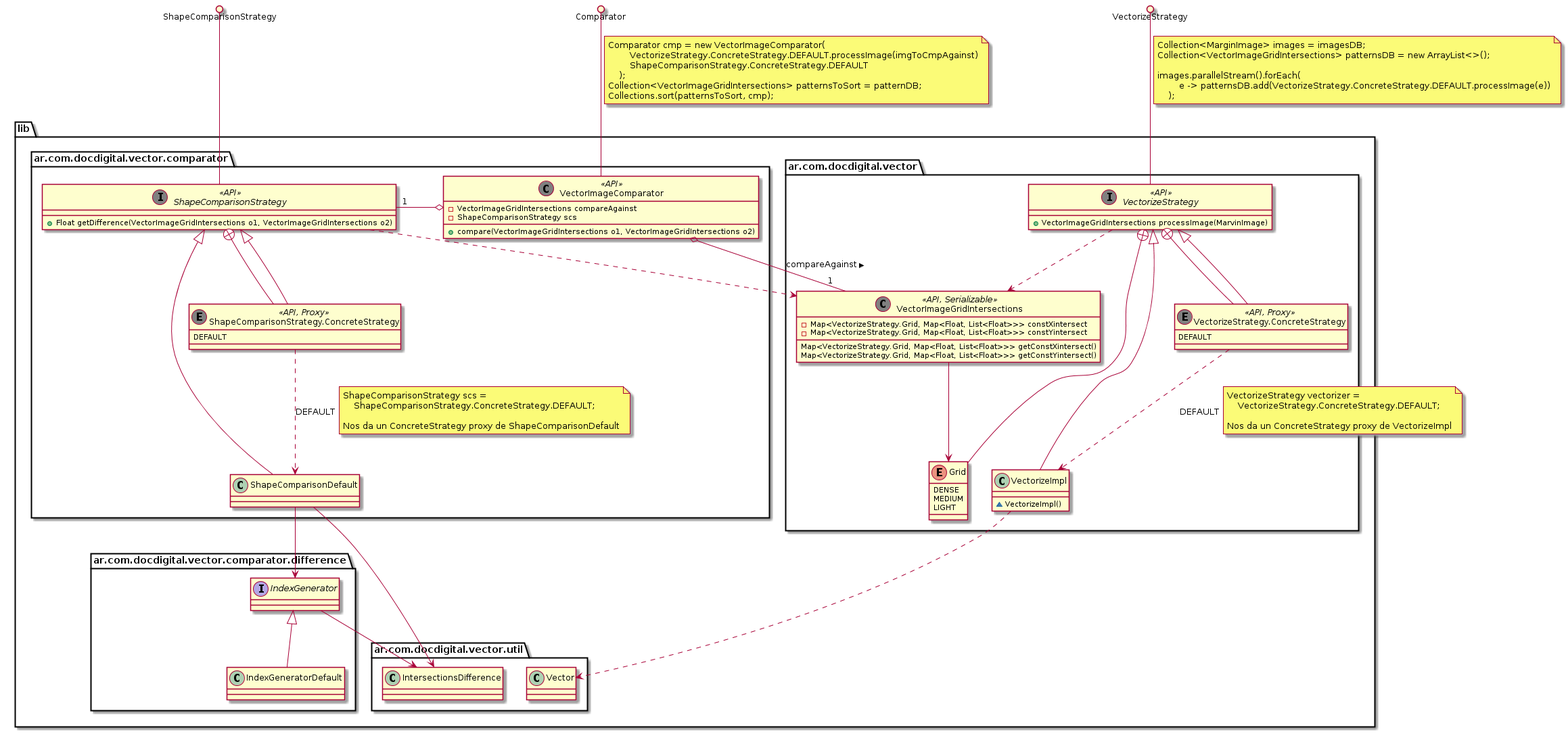
Earlier version of the PlantUML export src/main/resources/doc/collaboration.png (juanmf/shape-recognition).
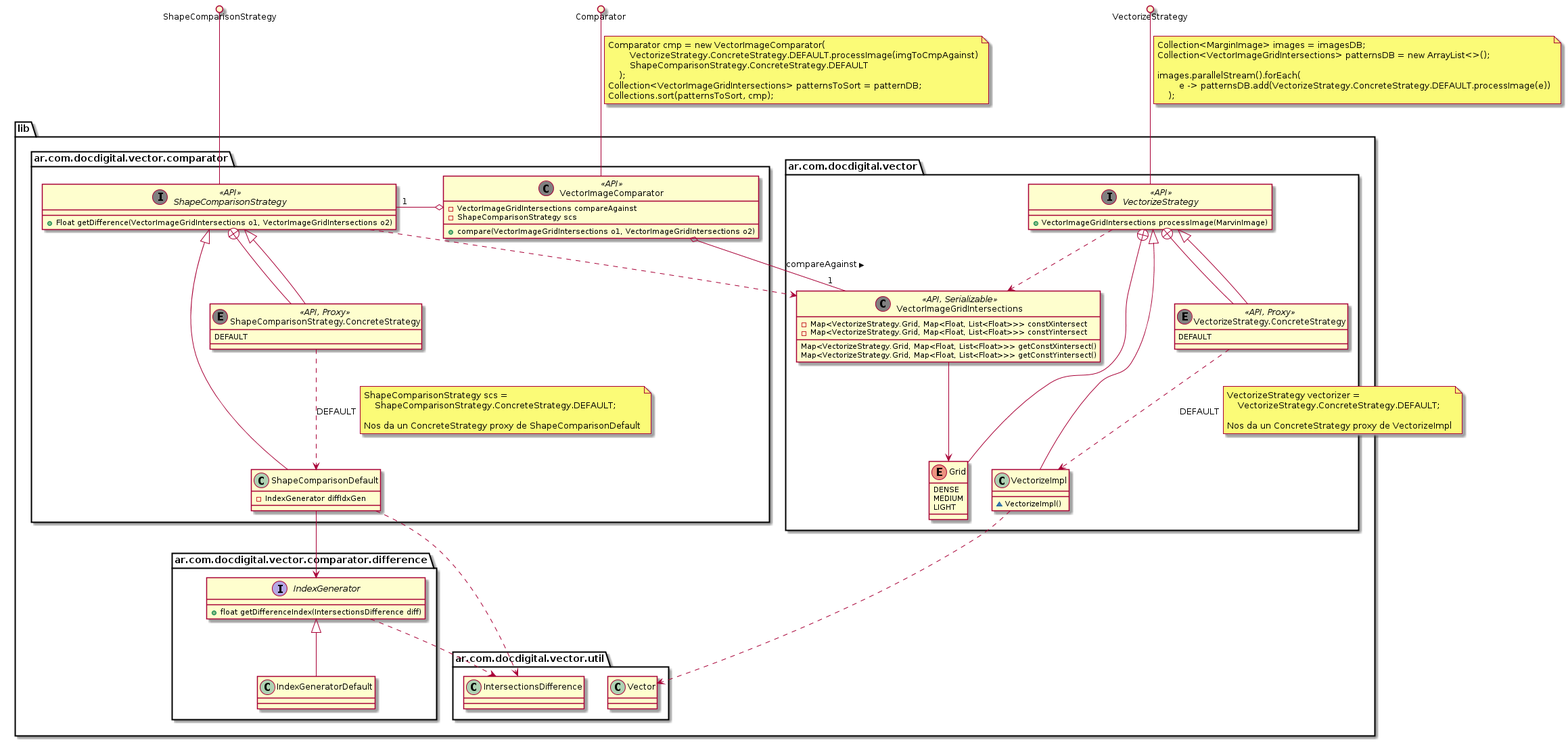
Above is the later version.

Change to the diagram source:
```diff
@@ -6,7 +6,9 @@
             + Float getDifference(VectorImageGridIntersections o1, VectorImageGridIntersections o2)
         }
 
-        class ShapeComparisonDefault
+        class ShapeComparisonDefault {
+            - IndexGenerator diffIdxGen
+        }
         class VectorImageComparator << (C, Grey) API >>{
             -VectorImageGridIntersections compareAgainst
             -ShapeComparisonStrategy scs
@@ -49,7 +51,9 @@
     }
 
     package "ar.com.docdigital.vector.comparator.difference" {
-        interface IndexGenerator
+        interface IndexGenerator {
+            + float getDifferenceIndex(IntersectionsDifference diff)
+        }
 
         class IndexGeneratorDefault
     }
@@ -93,9 +97,7 @@
 VectorImageComparator  o-right- "1" ShapeComparisonStrategy
 VectorImageComparator o-- "1" VectorImageGridIntersections : compareAgainst >
 
-ShapeComparisonDefault --> IntersectionsDifference
 ShapeComparisonDefault --> IndexGenerator
-IndexGenerator --> IntersectionsDifference
 VectorImageGridIntersections --> Grid
 
 VectorImageGridIntersections <.down. VectorizeStrategy
@@ -115,6 +117,10 @@
 
 Nos da un ConcreteStrategy proxy de ShapeComparisonDefault
 End Note
+
+
+ShapeComparisonDefault ..> IntersectionsDifference
 VectorizeImpl ..> Vector
+IndexGenerator ..> IntersectionsDifference
 
 @enduml
```
